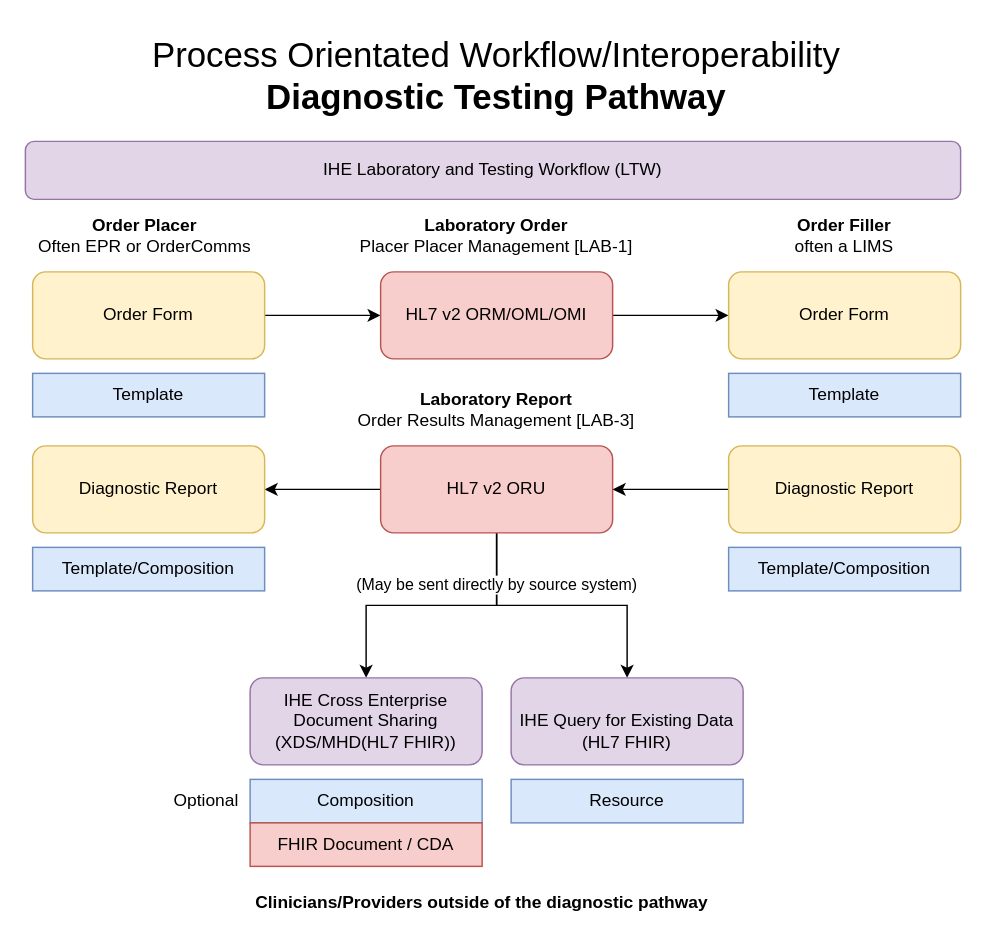
Before: DrawIo/Standardising Health.drawio in uk-gov-mirror/nw-gmsa.nw-gmsa.github.com, a draw.io diagram. Source tidied: cells renumbered, new cells numbered last; positions are measured from the earlier drawing's top-left corner, leaving out a move shared by most shapes. Both pictures are drawn from the tidied source at 145%, with x=0, y=0 at pixel (25, 25).
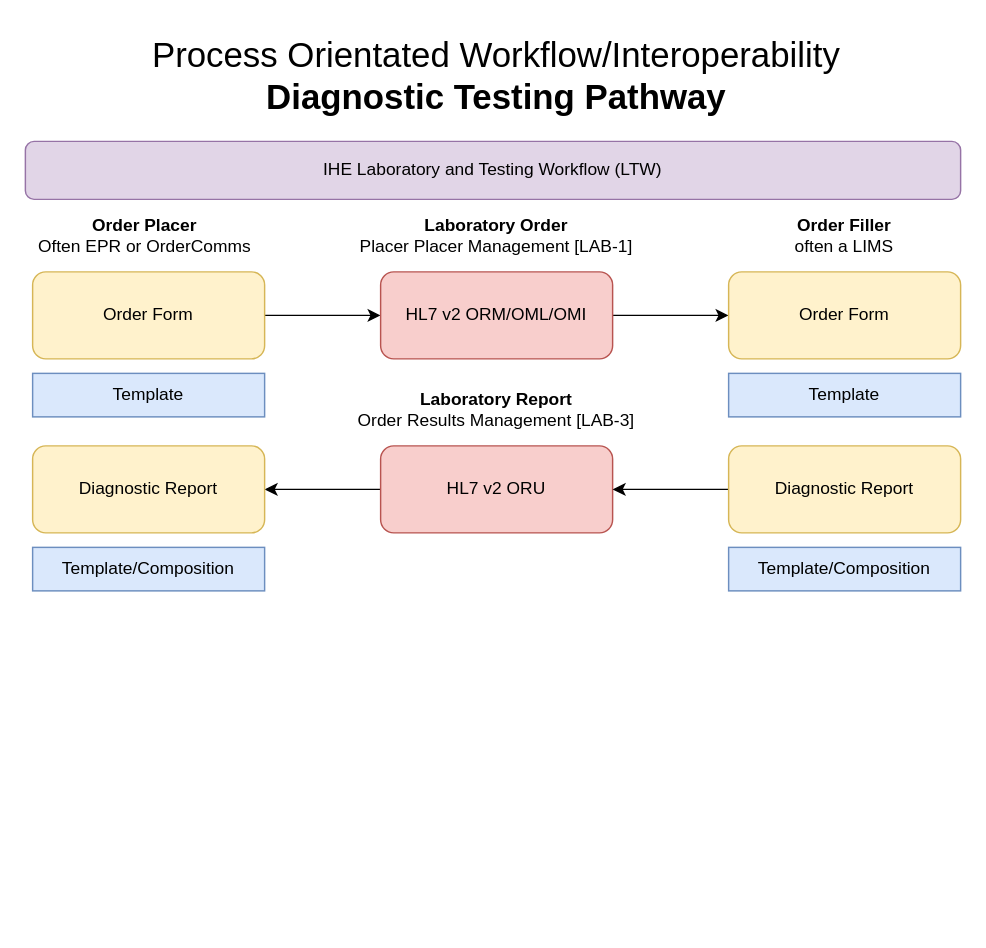
The same page after the edit.

Unchanged cells that the change refers to:
```xml
<mxCell id="15" value="HL7 v2 ORU" style="rounded=1;whiteSpace=wrap;html=1;fillColor=#f8cecc;strokeColor=#b85450;" parent="1" vertex="1">
  <mxGeometry x="245" y="290" width="160" height="60" as="geometry" />
</mxCell>
```

Change to the diagram source:
```diff
@@
-    <mxCell id="12" style="edgeStyle=orthogonalEdgeStyle;rounded=0;jettySize=auto;html=1;" parent="1" edge="1" source="15" target="20">
-      <mxGeometry relative="1" as="geometry" />
-    </mxCell>
-    <mxCell id="13" style="edgeStyle=orthogonalEdgeStyle;rounded=0;jettySize=auto;html=1;" parent="1" edge="1" source="15" target="24">
-      <mxGeometry relative="1" as="geometry" />
-    </mxCell>
-    <mxCell id="14" value="(May be sent directly by source system)" style="edgeLabel;html=1;align=center;verticalAlign=middle;" parent="13" vertex="1">
-      <mxGeometry x="-0.63" y="-1" relative="1" as="geometry" />
-    </mxCell>
@@
-    <mxCell id="20" value="IHE Cross Enterprise Document Sharing (XDS/MHD(HL7 FHIR))" style="whiteSpace=wrap;html=1;fillColor=#e1d5e7;strokeColor=#9673a6;rounded=1;" parent="1" vertex="1">
-      <mxGeometry x="155" y="450" width="160" height="60" as="geometry" />
-    </mxCell>
-    <mxCell id="21" value="Composition" style="rounded=0;whiteSpace=wrap;html=1;fillColor=#dae8fc;strokeColor=#6c8ebf;" parent="1" vertex="1">
-      <mxGeometry x="155" y="520" width="160" height="30" as="geometry" />
-    </mxCell>
-    <mxCell id="22" value="FHIR Document / CDA" style="rounded=0;whiteSpace=wrap;html=1;fillColor=#f8cecc;strokeColor=#b85450;" parent="1" vertex="1">
-      <mxGeometry x="155" y="550" width="160" height="30" as="geometry" />
-    </mxCell>
@@
-    <mxCell id="24" value="&lt;br&gt;IHE Query for Existing Data (HL7 FHIR)" style="whiteSpace=wrap;html=1;fillColor=#e1d5e7;strokeColor=#9673a6;rounded=1;" parent="1" vertex="1">
-      <mxGeometry x="335" y="450" width="160" height="60" as="geometry" />
-    </mxCell>
-    <mxCell id="25" value="Resource" style="rounded=0;whiteSpace=wrap;html=1;fillColor=#dae8fc;strokeColor=#6c8ebf;" parent="1" vertex="1">
-      <mxGeometry x="335" y="520" width="160" height="30" as="geometry" />
-    </mxCell>
@@
-    <mxCell id="27" value="&lt;b&gt;Clinicians/Providers outside of the diagnostic pathway&lt;/b&gt;" style="text;html=1;align=center;verticalAlign=middle;whiteSpace=wrap;rounded=0;" parent="1" vertex="1">
-      <mxGeometry x="105" y="590" width="420" height="30" as="geometry" />
-    </mxCell>
@@
-    <mxCell id="29" value="Optional" style="text;html=1;align=center;verticalAlign=middle;whiteSpace=wrap;rounded=0;" parent="1" vertex="1">
-      <mxGeometry x="95" y="520" width="60" height="30" as="geometry" />
-    </mxCell>
```
